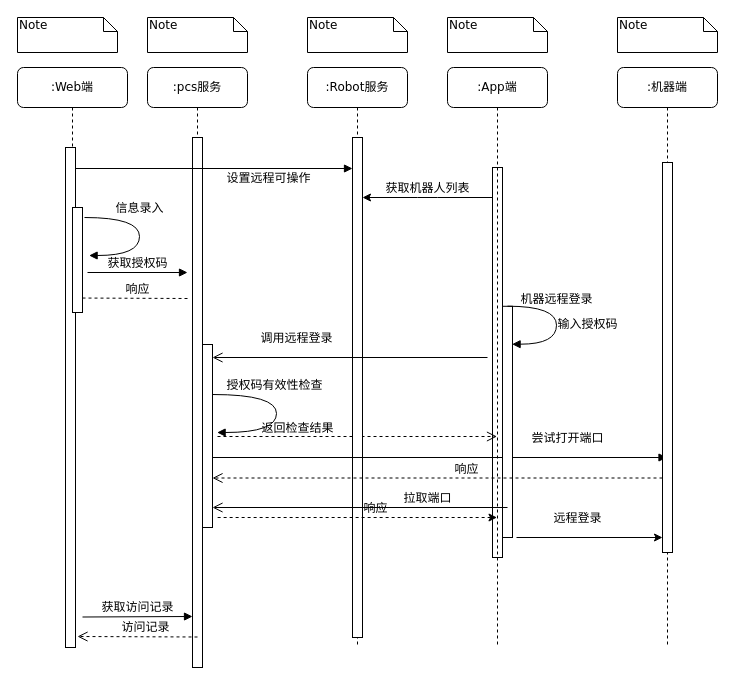
Earlier version of the draw.io diagram craft/remote_ssh_flow.drawio (feihu618/drawio). Source tidied: cells renumbered, new cells numbered last; positions are measured from the earlier drawing's top-left corner, leaving out a move shared by most shapes. Both pictures are drawn from the tidied source at 100%, with x=0, y=0 at pixel (17, 17).
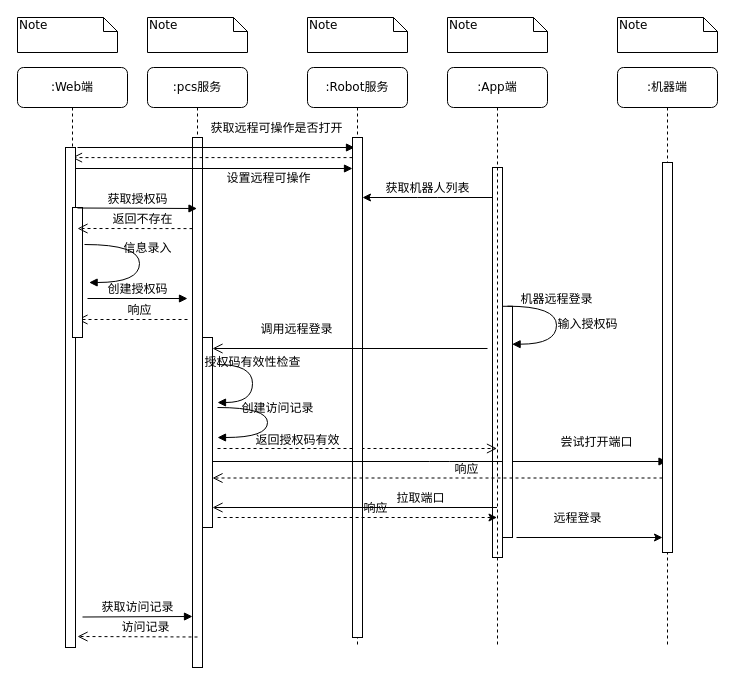
After the change.

Unchanged cells that the change refers to:
```xml
<mxCell id="3" value=":pcs服务" style="shape=umlLifeline;perimeter=lifelinePerimeter;whiteSpace=wrap;html=1;outlineConnect=0;rounded=1;shadow=0;comic=0;labelBackgroundColor=none;strokeWidth=1;fontFamily=Verdana;fontSize=12;align=center;" parent="1" vertex="1">
  <mxGeometry x="130" y="50" width="100" height="600" as="geometry" />
</mxCell>
<mxCell id="8" value=":Robot服务" style="shape=umlLifeline;perimeter=lifelinePerimeter;whiteSpace=wrap;html=1;rounded=1;shadow=0;comic=0;labelBackgroundColor=none;strokeWidth=1;fontFamily=Verdana;fontSize=12;align=center;" parent="1" vertex="1">
  <mxGeometry x="290" y="50" width="100" height="580" as="geometry" />
</mxCell>
<mxCell id="11" value=":App端" style="shape=umlLifeline;perimeter=lifelinePerimeter;whiteSpace=wrap;html=1;outlineConnect=0;rounded=1;shadow=0;comic=0;labelBackgroundColor=none;strokeWidth=1;fontFamily=Verdana;fontSize=12;align=center;" parent="1" vertex="1">
  <mxGeometry x="430" y="50" width="100" height="580" as="geometry" />
</mxCell>
<mxCell id="15" value=":Web端" style="shape=umlLifeline;perimeter=lifelinePerimeter;whiteSpace=wrap;html=1;outlineConnect=0;rounded=1;shadow=0;comic=0;labelBackgroundColor=none;strokeWidth=1;fontFamily=Verdana;fontSize=12;align=center;" parent="1" vertex="1">
  <mxGeometry y="50" width="110" height="580" as="geometry" />
</mxCell>
<mxCell id="32" value=":机器端" style="shape=umlLifeline;perimeter=lifelinePerimeter;whiteSpace=wrap;html=1;outlineConnect=0;rounded=1;shadow=0;comic=0;labelBackgroundColor=none;strokeWidth=1;fontFamily=Verdana;fontSize=12;align=center;" parent="1" vertex="1">
  <mxGeometry x="600" y="50" width="100" height="580" as="geometry" />
</mxCell>
```

The edit, as a diff of the source:
```diff
@@
     <mxCell id="6" style="html=1;points=[];perimeter=orthogonalPerimeter;rounded=0;shadow=0;comic=0;labelBackgroundColor=none;strokeWidth=1;fontFamily=Verdana;fontSize=12;align=center;" parent="3" vertex="1">
-      <mxGeometry x="55" y="277" width="10" height="183" as="geometry" />
+      <mxGeometry x="55" y="270" width="10" height="190" as="geometry" />
     </mxCell>
-    <mxCell id="7" value="返回检查结果" style="html=1;verticalAlign=bottom;endArrow=open;dashed=1;endSize=8;labelBackgroundColor=none;fontFamily=Verdana;fontSize=12;" parent="3" edge="1" target="11">
+    <mxCell id="7" value="返回授权码有效" style="html=1;verticalAlign=bottom;endArrow=open;dashed=1;endSize=8;labelBackgroundColor=none;fontFamily=Verdana;fontSize=12;" parent="3" edge="1">
       <mxGeometry x="-0.43" y="-1" relative="1" as="geometry">
-        <mxPoint x="70" y="369" as="sourcePoint" />
+        <mxPoint x="70" y="381" as="sourcePoint" />
+        <mxPoint x="349.5" y="381" as="targetPoint" />
       </mxGeometry>
     </mxCell>
+    <mxCell id="38" value="获取远程可操作是否打开" style="html=1;verticalAlign=bottom;endArrow=block;entryX=0;entryY=0.062;labelBackgroundColor=none;fontFamily=Verdana;fontSize=12;edgeStyle=elbowEdgeStyle;elbow=vertical;entryDx=0;entryDy=0;entryPerimeter=0;" parent="3" edge="1">
+      <mxGeometry x="0.44" y="10" relative="1" as="geometry">
+        <mxPoint x="-70" y="80" as="sourcePoint" />
+        <mxPoint x="207" y="80" as="targetPoint" />
+      </mxGeometry>
+    </mxCell>
@@
-    <mxCell id="10" value="尝试打开端口" style="html=1;verticalAlign=bottom;endArrow=block;labelBackgroundColor=none;fontFamily=Verdana;fontSize=12;edgeStyle=elbowEdgeStyle;elbow=vertical;" parent="8" edge="1" target="32">
-      <mxGeometry x="0.56" y="10" relative="1" as="geometry">
-        <mxPoint x="-95" y="390" as="sourcePoint" />
+    <mxCell id="10" value="尝试打开端口" style="html=1;verticalAlign=bottom;endArrow=block;labelBackgroundColor=none;fontFamily=Verdana;fontSize=12;edgeStyle=elbowEdgeStyle;elbow=vertical;" parent="8" edge="1">
+      <mxGeometry x="0.69" y="10" relative="1" as="geometry">
+        <mxPoint x="-95" y="394" as="sourcePoint" />
+        <mxPoint x="359.5" y="394" as="targetPoint" />
       </mxGeometry>
     </mxCell>
+    <mxCell id="39" style="html=1;verticalAlign=bottom;endArrow=open;dashed=1;endSize=8;labelBackgroundColor=none;fontFamily=Verdana;fontSize=12;exitX=0;exitY=0.17;exitDx=0;exitDy=0;exitPerimeter=0;" parent="8" edge="1" target="15">
+      <mxGeometry x="-0.13" relative="1" as="geometry">
+        <mxPoint x="45" y="90.1" as="sourcePoint" />
+      </mxGeometry>
+    </mxCell>
@@
-    <mxCell id="14" value="拉取端口" style="html=1;verticalAlign=bottom;endArrow=open;endSize=8;labelBackgroundColor=none;fontFamily=Verdana;fontSize=12;" parent="11" edge="1">
+    <mxCell id="14" value="拉取端口" style="html=1;verticalAlign=bottom;endArrow=open;endSize=8;labelBackgroundColor=none;fontFamily=Verdana;fontSize=12;" parent="11" edge="1" source="11">
       <mxGeometry x="-0.46" relative="1" as="geometry">
-        <mxPoint x="60" y="440" as="sourcePoint" />
         <mxPoint x="-235" y="440" as="targetPoint" />
       </mxGeometry>
     </mxCell>
@@
     <mxCell id="17" value="响应" style="html=1;verticalAlign=bottom;endArrow=open;dashed=1;endSize=8;labelBackgroundColor=none;fontFamily=Verdana;fontSize=12;" parent="15" edge="1">
       <mxGeometry x="-0.13" relative="1" as="geometry">
-        <mxPoint x="170" y="231" as="sourcePoint" />
-        <mxPoint x="55" y="230.5" as="targetPoint" />
+        <mxPoint x="170" y="252" as="sourcePoint" />
+        <mxPoint x="60" y="252" as="targetPoint" />
       </mxGeometry>
     </mxCell>
     <mxCell id="18" style="html=1;perimeter=orthogonalPerimeter;rounded=0;shadow=0;comic=0;labelBackgroundColor=none;strokeWidth=1;fontFamily=Verdana;fontSize=12;align=center;" parent="15" vertex="1">
-      <mxGeometry x="55" y="140" width="10" height="105" as="geometry" />
+      <mxGeometry x="55" y="140" width="10" height="130" as="geometry" />
     </mxCell>
@@
-    <mxCell id="25" value="调用远程登录" style="html=1;verticalAlign=bottom;endArrow=open;endSize=8;labelBackgroundColor=none;fontFamily=Verdana;fontSize=12;" parent="1" edge="1" target="6">
+    <mxCell id="25" value="调用远程登录" style="html=1;verticalAlign=bottom;endArrow=open;endSize=8;labelBackgroundColor=none;fontFamily=Verdana;fontSize=12;" parent="1" edge="1">
       <mxGeometry x="0.39" y="-10" relative="1" as="geometry">
-        <mxPoint x="470" y="340" as="sourcePoint" />
+        <mxPoint x="470" y="331" as="sourcePoint" />
+        <mxPoint x="195" y="331" as="targetPoint" />
       </mxGeometry>
     </mxCell>
-    <mxCell id="26" value="&lt;div class=&quot;lake-content&quot;&gt;&lt;span class=&quot;ne-text&quot;&gt;获取授权码&lt;/span&gt;&lt;/div&gt;" style="html=1;verticalAlign=bottom;endArrow=block;entryX=0;entryY=0;labelBackgroundColor=none;fontFamily=Verdana;fontSize=12;edgeStyle=elbowEdgeStyle;elbow=vertical;" parent="1" edge="1">
+    <mxCell id="26" value="&lt;div class=&quot;lake-content&quot;&gt;&lt;span class=&quot;ne-text&quot;&gt;创建授权码&lt;/span&gt;&lt;/div&gt;" style="html=1;verticalAlign=bottom;endArrow=block;entryX=0;entryY=0;labelBackgroundColor=none;fontFamily=Verdana;fontSize=12;edgeStyle=elbowEdgeStyle;elbow=vertical;" parent="1" edge="1">
       <mxGeometry relative="1" as="geometry">
-        <mxPoint x="70" y="255" as="sourcePoint" />
-        <mxPoint x="170" y="254.5" as="targetPoint" />
+        <mxPoint x="70" y="281" as="sourcePoint" />
+        <mxPoint x="170" y="280.5" as="targetPoint" />
       </mxGeometry>
     </mxCell>
@@
     <mxCell id="28" value="信息录入" style="html=1;verticalAlign=bottom;endArrow=block;labelBackgroundColor=none;fontFamily=Verdana;fontSize=12;elbow=vertical;edgeStyle=orthogonalEdgeStyle;curved=1;entryX=1;entryY=0.286;entryPerimeter=0;exitX=1.038;exitY=0.345;exitPerimeter=0;" parent="1" edge="1">
-      <mxGeometry x="-0.23" relative="1" as="geometry">
-        <mxPoint x="67" y="200" as="sourcePoint" />
-        <mxPoint x="71.6" y="238" as="targetPoint" />
+      <mxGeometry x="-0.05" y="8" relative="1" as="geometry">
+        <mxPoint x="67" y="227" as="sourcePoint" />
+        <mxPoint x="71.6" y="265" as="targetPoint" />
         <Array as="points">
-          <mxPoint x="122" y="200" />
-          <mxPoint x="122" y="238" />
+          <mxPoint x="122" y="227" />
+          <mxPoint x="122" y="265" />
         </Array>
       </mxGeometry>
     </mxCell>
@@
-    <mxCell id="30" value="授权码有效性检查" style="html=1;verticalAlign=bottom;endArrow=block;labelBackgroundColor=none;fontFamily=Verdana;fontSize=12;elbow=vertical;edgeStyle=orthogonalEdgeStyle;curved=1;entryX=1;entryY=0.286;entryPerimeter=0;exitX=1.038;exitY=0.345;exitPerimeter=0;" parent="1" edge="1">
+    <mxCell id="30" value="授权码有效性检查" style="html=1;verticalAlign=bottom;endArrow=block;labelBackgroundColor=none;fontFamily=Verdana;fontSize=12;elbow=vertical;edgeStyle=orthogonalEdgeStyle;curved=1;exitX=1.038;exitY=0.345;exitPerimeter=0;" parent="1" edge="1">
       <mxGeometry x="-0.23" relative="1" as="geometry">
-        <mxPoint x="195" y="377" as="sourcePoint" />
-        <mxPoint x="199.6" y="415" as="targetPoint" />
+        <mxPoint x="200" y="347" as="sourcePoint" />
+        <mxPoint x="200" y="385" as="targetPoint" />
         <Array as="points">
-          <mxPoint x="259" y="377" />
-          <mxPoint x="259" y="415" />
+          <mxPoint x="235" y="347" />
+          <mxPoint x="235" y="385" />
         </Array>
       </mxGeometry>
     </mxCell>
@@
+    <mxCell id="40" value="&lt;div class=&quot;lake-content&quot;&gt;&lt;span class=&quot;ne-text&quot;&gt;获取授权码&lt;/span&gt;&lt;/div&gt;" style="html=1;verticalAlign=bottom;endArrow=block;labelBackgroundColor=none;fontFamily=Verdana;fontSize=12;edgeStyle=elbowEdgeStyle;elbow=vertical;" parent="1" edge="1" target="3">
+      <mxGeometry relative="1" as="geometry">
+        <mxPoint x="60" y="190.5" as="sourcePoint" />
+      </mxGeometry>
+    </mxCell>
+    <mxCell id="41" value="返回不存在" style="html=1;verticalAlign=bottom;endArrow=open;dashed=1;endSize=8;labelBackgroundColor=none;fontFamily=Verdana;fontSize=12;exitX=0;exitY=0.17;exitDx=0;exitDy=0;exitPerimeter=0;entryX=0.5;entryY=0.154;entryDx=0;entryDy=0;entryPerimeter=0;" parent="1" edge="1">
+      <mxGeometry x="-0.13" relative="1" as="geometry">
+        <mxPoint x="175" y="211.1" as="sourcePoint" />
+        <mxPoint x="60" y="211" as="targetPoint" />
+      </mxGeometry>
+    </mxCell>
+    <mxCell id="42" value="创建访问记录" style="html=1;verticalAlign=bottom;endArrow=block;labelBackgroundColor=none;fontFamily=Verdana;fontSize=12;elbow=vertical;edgeStyle=orthogonalEdgeStyle;curved=1;" parent="1" edge="1">
+      <mxGeometry x="-0.08" y="10" relative="1" as="geometry">
+        <mxPoint x="200" y="390" as="sourcePoint" />
+        <mxPoint x="200" y="420" as="targetPoint" />
+        <Array as="points">
+          <mxPoint x="250" y="390" />
+          <mxPoint x="250" y="420" />
+          <mxPoint x="200" y="420" />
+        </Array>
+      </mxGeometry>
+    </mxCell>
```
